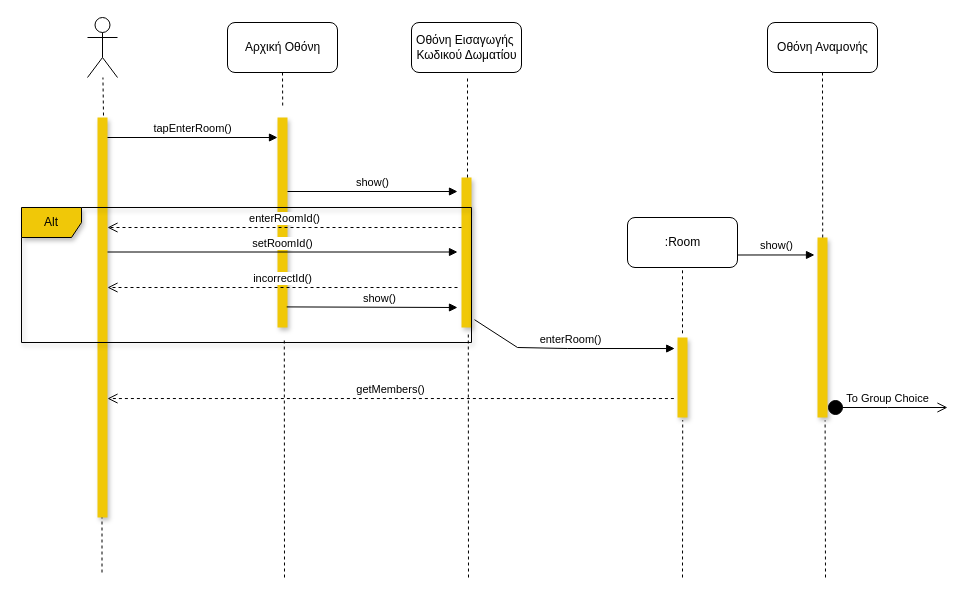
Above: docs/contributions/Kout-ou/Phase 4/enter_room.drawio in iloudaros/nomnomr (draw.io), before the change. Source tidied: cells renumbered, new cells numbered last; positions are measured from the earlier drawing's top-left corner, leaving out a move shared by most shapes. Both pictures are drawn from the tidied source at 100%, with x=0, y=0 at pixel (21, 17).
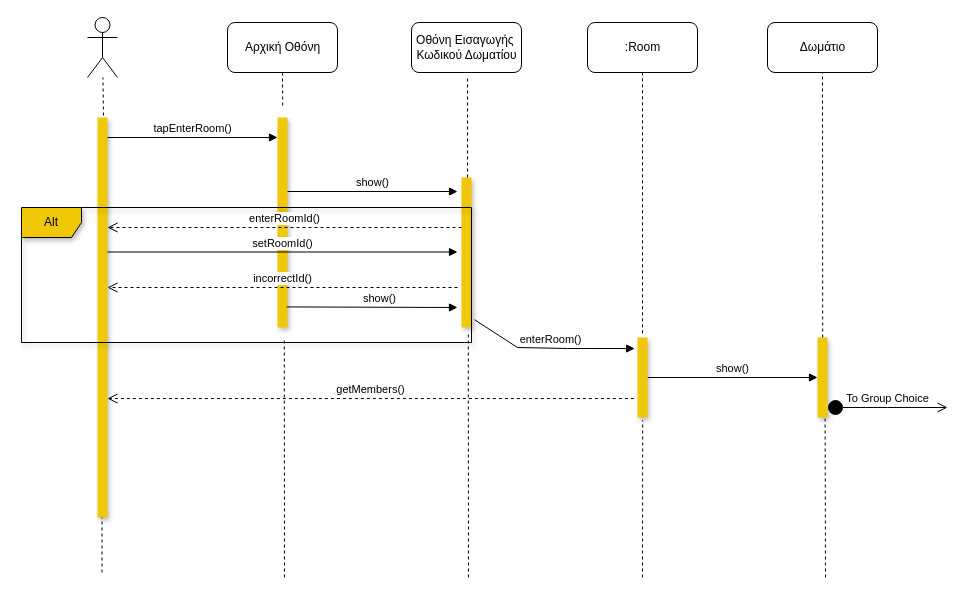
The same diagram, later.

Commit message:
Update Join Room Sequence

What changed in the source:
```diff
@@
     <mxCell id="11" value=":Room" style="html=1;rounded=1;shadow=0;glass=0;sketch=0;fillColor=#FFFFFF;" parent="1" vertex="1">
-      <mxGeometry x="606" y="200" width="110" height="50" as="geometry" />
+      <mxGeometry x="566" y="5" width="110" height="50" as="geometry" />
     </mxCell>
@@
-    <mxCell id="19" value="Οθόνη Αναμονής" style="html=1;rounded=1;shadow=0;glass=0;sketch=0;fillColor=#FFFFFF;" parent="1" vertex="1">
+    <mxCell id="19" value="Δωμάτιο" style="html=1;rounded=1;shadow=0;glass=0;sketch=0;fillColor=#FFFFFF;" parent="1" vertex="1">
       <mxGeometry x="746" y="5" width="110" height="50" as="geometry" />
     </mxCell>
@@
     <mxCell id="21" style="html=1;points=[];perimeter=orthogonalPerimeter;rounded=0;shadow=1;glass=0;sketch=0;fillColor=#F0C808;strokeColor=none;" parent="1" vertex="1">
-      <mxGeometry x="796" y="220" width="10" height="180" as="geometry" />
+      <mxGeometry x="796" y="320" width="10" height="80" as="geometry" />
     </mxCell>
@@
-    <mxCell id="23" value="show()" style="html=1;verticalAlign=bottom;endArrow=block;rounded=0;exitX=1;exitY=0.75;exitDx=0;exitDy=0;entryX=-0.3;entryY=0.097;entryDx=0;entryDy=0;entryPerimeter=0;" parent="1" edge="1" source="11" target="21">
+    <mxCell id="23" value="show()" style="html=1;verticalAlign=bottom;endArrow=block;rounded=0;exitX=1;exitY=0.5;exitDx=0;exitDy=0;exitPerimeter=0;" parent="1" edge="1" source="25" target="21">
       <mxGeometry relative="1" as="geometry" />
     </mxCell>
@@
     <mxCell id="25" style="html=1;points=[];perimeter=orthogonalPerimeter;rounded=0;shadow=1;glass=0;sketch=0;fillColor=#F0C808;strokeColor=none;" parent="1" vertex="1">
-      <mxGeometry x="656" y="320" width="10" height="80" as="geometry" />
+      <mxGeometry x="616" y="320" width="10" height="80" as="geometry" />
     </mxCell>
@@
     <mxCell id="27" style="endArrow=none;dashed=1;html=1;rounded=0;entryX=0.52;entryY=1.033;entryDx=0;entryDy=0;entryPerimeter=0;" parent="1" edge="1" target="25">
       <mxGeometry relative="1" as="geometry">
-        <mxPoint x="661" y="560" as="sourcePoint" />
+        <mxPoint x="621" y="560" as="sourcePoint" />
       </mxGeometry>
     </mxCell>
```
